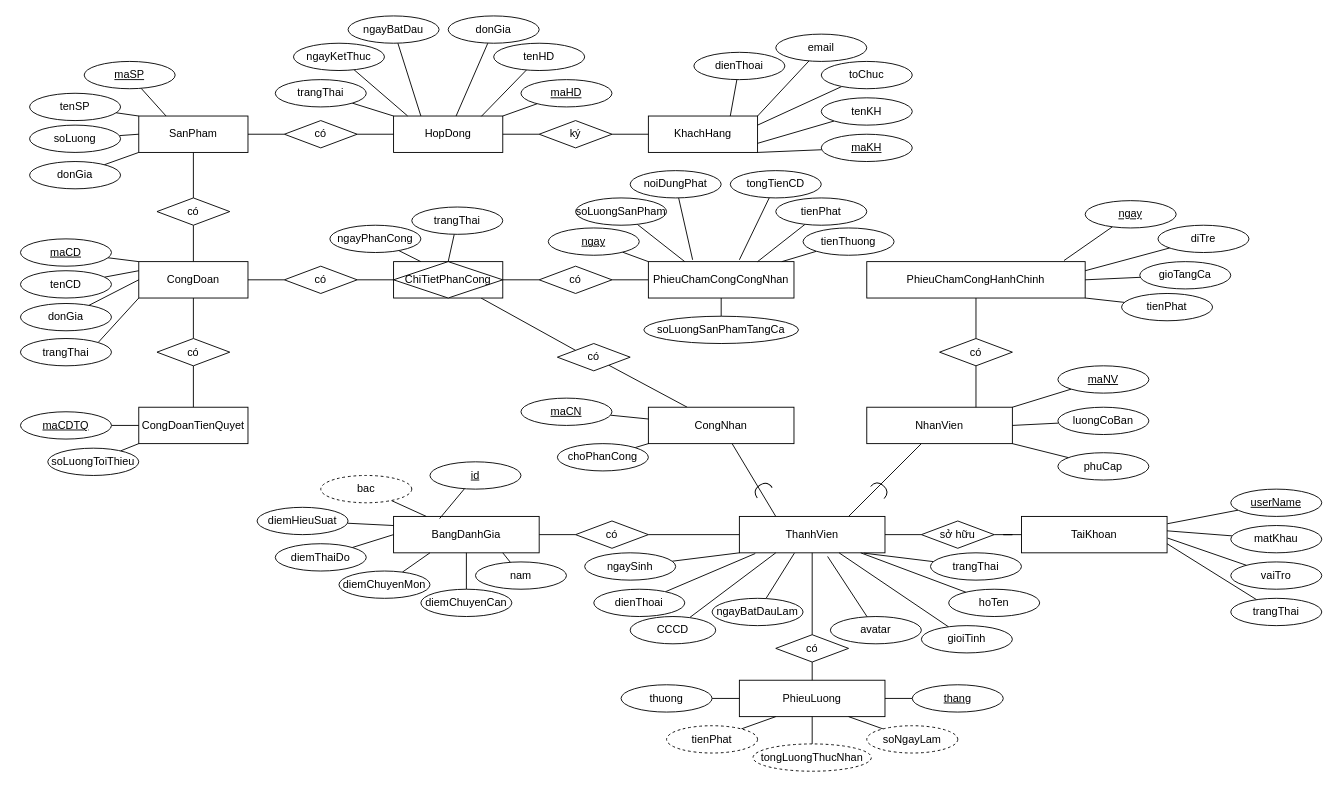
Above: page "EER" (3 of 3) of diagrams/diagrams.drawio in TomTom2k/-management-of-a-ceramic-processing-company (draw.io), before the change. Source tidied: cells renumbered, new cells numbered last; positions are measured from the earlier drawing's top-left corner, leaving out a move shared by most shapes. Both pictures are drawn from the tidied source at 91%, with x=0, y=0 at pixel (20, 15).
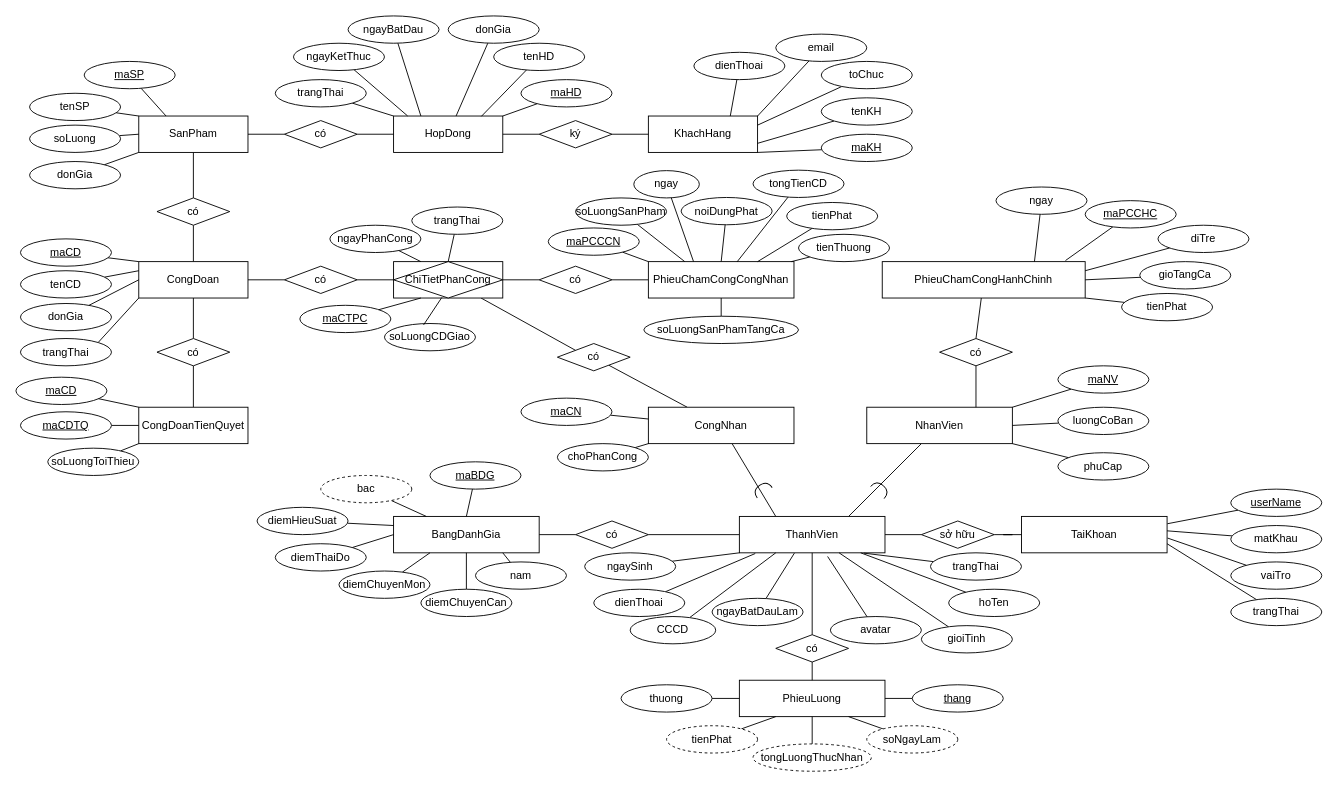
The same page after the edit.

The change refers to these unchanged cells:
```xml
<mxCell id="18" value="CongDoanTienQuyet" style="rounded=0;whiteSpace=wrap;html=1;" parent="1" vertex="1">
  <mxGeometry x="130" y="430" width="120" height="40" as="geometry" />
</mxCell>
<mxCell id="23" style="rounded=0;whiteSpace=wrap;html=1;" parent="1" vertex="1">
  <mxGeometry x="410" y="270" width="120" height="40" as="geometry" />
</mxCell>
```

The edit, as a diff of the source:
```diff
@@
-    <mxCell id="2" value="KhachHang" style="rounded=0;whiteSpace=wrap;html=1;" parent="1" vertex="1">
+    <mxCell id="2" value="KhachHang" style="rounded=0;whiteSpace=wrap;html=1;fillColor=default;" parent="1" vertex="1">
       <mxGeometry x="690" y="110" width="120" height="40" as="geometry" />
     </mxCell>
@@
-    <mxCell id="25" value="PhieuChamCongCongNhan&lt;br&gt;" style="rounded=0;whiteSpace=wrap;html=1;" parent="1" vertex="1">
+    <mxCell id="25" value="PhieuChamCongCongNhan&lt;br&gt;" style="rounded=0;whiteSpace=wrap;html=1;fillColor=default;strokeColor=default;" parent="1" vertex="1">
       <mxGeometry x="690" y="270" width="160" height="40" as="geometry" />
     </mxCell>
@@
-    <mxCell id="31" value="PhieuChamCongHanhChinh" style="rounded=0;whiteSpace=wrap;html=1;" parent="1" vertex="1">
-      <mxGeometry x="930" y="270" width="240" height="40" as="geometry" />
+    <mxCell id="31" value="PhieuChamCongHanhChinh" style="rounded=0;whiteSpace=wrap;html=1;fillColor=default;strokeColor=default;" parent="1" vertex="1">
+      <mxGeometry x="947" y="270" width="223" height="40" as="geometry" />
     </mxCell>
@@
-    <mxCell id="39" value="BangDanhGia" style="rounded=0;whiteSpace=wrap;html=1;" parent="1" vertex="1">
+    <mxCell id="39" value="BangDanhGia" style="rounded=0;whiteSpace=wrap;html=1;fillColor=default;strokeColor=default;" parent="1" vertex="1">
       <mxGeometry x="410" y="550" width="160" height="40" as="geometry" />
     </mxCell>
@@
-    <mxCell id="62" value="ngay" style="ellipse;whiteSpace=wrap;html=1;align=center;fontStyle=4;" parent="1" vertex="1">
+    <mxCell id="62" value="maPCCHC" style="ellipse;whiteSpace=wrap;html=1;align=center;fontStyle=4;" parent="1" vertex="1">
       <mxGeometry x="1170" y="203" width="100" height="30" as="geometry" />
     </mxCell>
@@
-    <mxCell id="116" value="ngay" style="ellipse;whiteSpace=wrap;html=1;align=center;fontStyle=4;" parent="1" vertex="1">
+    <mxCell id="116" value="maPCCCN" style="ellipse;whiteSpace=wrap;html=1;align=center;fontStyle=4;" parent="1" vertex="1">
       <mxGeometry x="580" y="233" width="100" height="30" as="geometry" />
     </mxCell>
@@
-    <mxCell id="119" style="edgeStyle=none;rounded=0;jettySize=auto;html=1;entryX=0.304;entryY=-0.05;entryDx=0;entryDy=0;entryPerimeter=0;endArrow=none;endFill=0;" parent="1" edge="1" source="120" target="25">
+    <mxCell id="119" style="edgeStyle=none;rounded=0;jettySize=auto;html=1;entryX=0.31;entryY=-0.003;entryDx=0;entryDy=0;entryPerimeter=0;endArrow=none;endFill=0;" parent="1" edge="1" source="120" target="25">
       <mxGeometry relative="1" as="geometry" />
     </mxCell>
-    <mxCell id="120" value="noiDungPhat" style="ellipse;whiteSpace=wrap;html=1;align=center;" parent="1" vertex="1">
-      <mxGeometry x="670" y="170" width="100" height="30" as="geometry" />
+    <mxCell id="120" value="ngay" style="ellipse;whiteSpace=wrap;html=1;align=center;" parent="1" vertex="1">
+      <mxGeometry x="674" y="170" width="72" height="30" as="geometry" />
     </mxCell>
-    <mxCell id="121" style="edgeStyle=none;rounded=0;jettySize=auto;html=1;endArrow=none;endFill=0;" parent="1" edge="1" source="122">
-      <mxGeometry relative="1" as="geometry">
-        <mxPoint x="790" y="268" as="targetPoint" />
-      </mxGeometry>
+    <mxCell id="121" style="edgeStyle=none;rounded=0;jettySize=auto;html=1;endArrow=none;endFill=0;entryX=0.609;entryY=0.007;entryDx=0;entryDy=0;entryPerimeter=0;" parent="1" edge="1" source="122" target="25">
+      <mxGeometry relative="1" as="geometry" />
     </mxCell>
     <mxCell id="122" value="tongTienCD" style="ellipse;whiteSpace=wrap;html=1;align=center;" parent="1" vertex="1">
-      <mxGeometry x="780" y="170" width="100" height="30" as="geometry" />
+      <mxGeometry x="805" y="169.5" width="100" height="30" as="geometry" />
     </mxCell>
@@
     <mxCell id="124" value="tienThuong" style="ellipse;whiteSpace=wrap;html=1;align=center;" parent="1" vertex="1">
-      <mxGeometry x="860" y="233" width="100" height="30" as="geometry" />
+      <mxGeometry x="855" y="240" width="100" height="30" as="geometry" />
     </mxCell>
@@
     <mxCell id="126" value="tienPhat" style="ellipse;whiteSpace=wrap;html=1;align=center;" parent="1" vertex="1">
-      <mxGeometry x="830" y="200" width="100" height="30" as="geometry" />
+      <mxGeometry x="842" y="205" width="100" height="30" as="geometry" />
     </mxCell>
@@
-    <mxCell id="178" value="id" style="ellipse;whiteSpace=wrap;html=1;align=center;fontStyle=4;" parent="1" vertex="1">
+    <mxCell id="178" value="maBDG" style="ellipse;whiteSpace=wrap;html=1;align=center;fontStyle=4;" parent="1" vertex="1">
       <mxGeometry x="450" y="490" width="100" height="30" as="geometry" />
     </mxCell>
-    <mxCell id="179" style="rounded=0;jettySize=auto;html=1;entryX=0.316;entryY=0.06;entryDx=0;entryDy=0;entryPerimeter=0;endArrow=none;endFill=0;" parent="1" edge="1" source="178" target="39">
+    <mxCell id="179" style="rounded=0;jettySize=auto;html=1;entryX=0.5;entryY=0;entryDx=0;entryDy=0;endArrow=none;endFill=0;" parent="1" edge="1" source="178" target="39">
       <mxGeometry relative="1" as="geometry" />
     </mxCell>
+    <mxCell id="180" value="maCD" style="ellipse;whiteSpace=wrap;html=1;align=center;fontStyle=4;" parent="1" vertex="1">
+      <mxGeometry x="-5" y="397" width="100" height="30" as="geometry" />
+    </mxCell>
+    <mxCell id="181" style="edgeStyle=none;rounded=0;jettySize=auto;html=1;entryX=0;entryY=0;entryDx=0;entryDy=0;endArrow=none;endFill=0;" parent="1" edge="1" source="180" target="18">
+      <mxGeometry relative="1" as="geometry" />
+    </mxCell>
+    <mxCell id="182" value="noiDungPhat" style="ellipse;whiteSpace=wrap;html=1;align=center;" parent="1" vertex="1">
+      <mxGeometry x="726" y="199.5" width="100" height="30" as="geometry" />
+    </mxCell>
+    <mxCell id="183" style="edgeStyle=none;rounded=0;jettySize=auto;html=1;entryX=0.5;entryY=0;entryDx=0;entryDy=0;endArrow=none;endFill=0;" parent="1" edge="1" source="182" target="25">
+      <mxGeometry relative="1" as="geometry" />
+    </mxCell>
+    <mxCell id="184" style="edgeStyle=none;rounded=0;jettySize=auto;html=1;endArrow=none;endFill=0;entryX=0.75;entryY=0;entryDx=0;entryDy=0;" parent="1" edge="1" source="185" target="31">
+      <mxGeometry relative="1" as="geometry" />
+    </mxCell>
+    <mxCell id="185" value="ngay" style="ellipse;whiteSpace=wrap;html=1;align=center;fontStyle=0;" parent="1" vertex="1">
+      <mxGeometry x="1072" y="188" width="100" height="30" as="geometry" />
+    </mxCell>
+    <mxCell id="186" value="maCTPC" style="ellipse;whiteSpace=wrap;html=1;align=center;fontStyle=4;" parent="1" vertex="1">
+      <mxGeometry x="307" y="318" width="100" height="30" as="geometry" />
+    </mxCell>
+    <mxCell id="187" style="edgeStyle=none;rounded=0;jettySize=auto;html=1;entryX=0.25;entryY=1;entryDx=0;entryDy=0;endArrow=none;endFill=0;" parent="1" edge="1" source="186" target="23">
+      <mxGeometry relative="1" as="geometry" />
+    </mxCell>
+    <mxCell id="188" value="soLuongCDGiao" style="ellipse;whiteSpace=wrap;html=1;align=center;" parent="1" vertex="1">
+      <mxGeometry x="400" y="338" width="100" height="30" as="geometry" />
+    </mxCell>
+    <mxCell id="189" style="edgeStyle=none;rounded=0;jettySize=auto;html=1;entryX=0.442;entryY=0.984;entryDx=0;entryDy=0;endArrow=none;endFill=0;entryPerimeter=0;" parent="1" edge="1" target="23">
+      <mxGeometry relative="1" as="geometry">
+        <mxPoint x="443" y="339.5" as="sourcePoint" />
+      </mxGeometry>
+    </mxCell>
```
